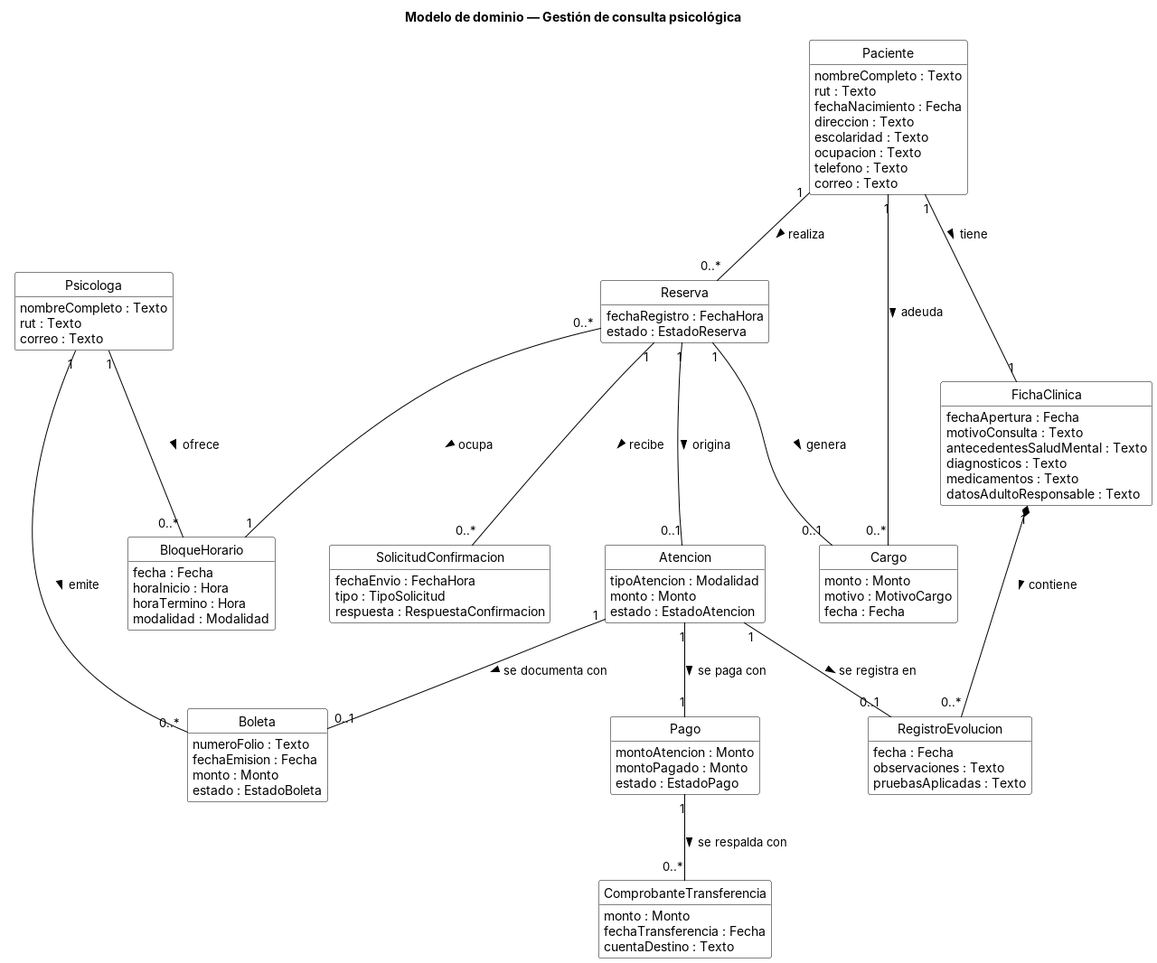
Earlier version of the PlantUML export diagramas/modelo-dominio.png (gestion-consulta-psicologica/ingenieria-requisitos).
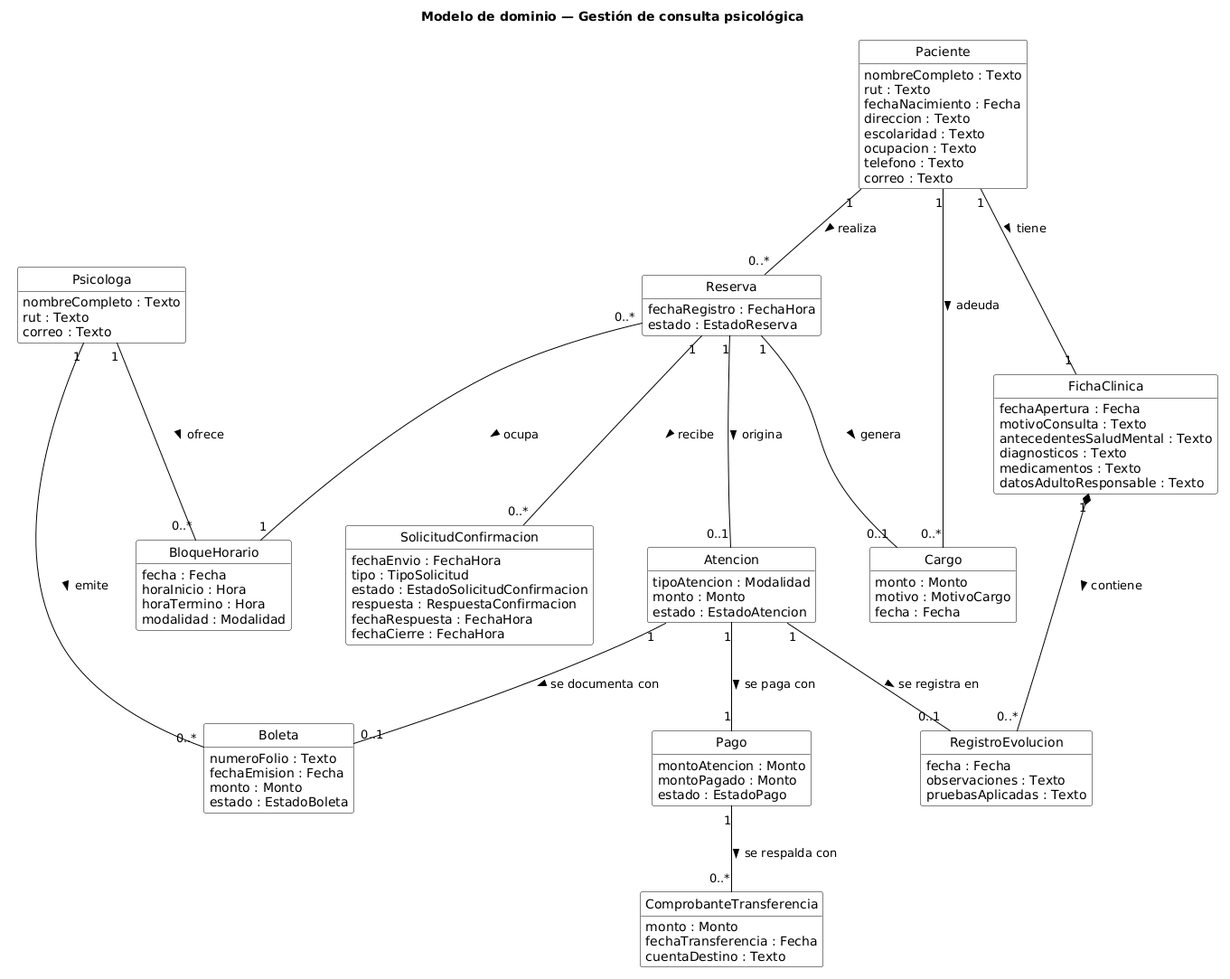
After the commit.

Diff of the diagram source:
```diff
@@ -46,7 +46,10 @@
 class SolicitudConfirmacion {
   fechaEnvio : FechaHora
   tipo : TipoSolicitud
+  estado : EstadoSolicitudConfirmacion
   respuesta : RespuestaConfirmacion
+  fechaRespuesta : FechaHora
+  fechaCierre : FechaHora
 }
 
 class Atencion {
```
